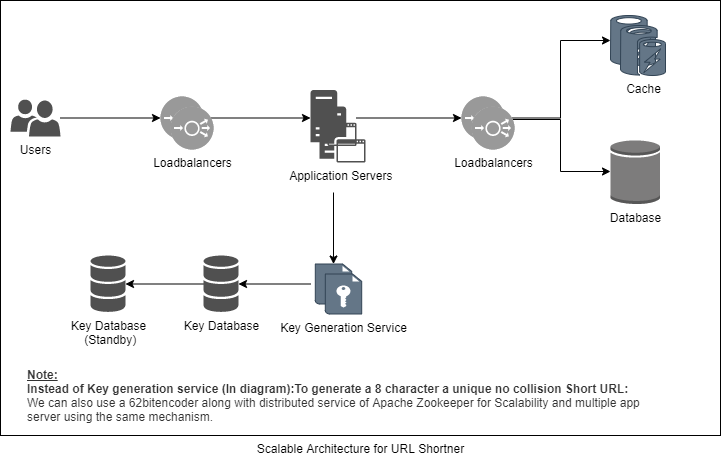
AmitVerma-Learn/URLShortner keeps this draw.io diagram as URLShortner.drawio.png. Above is the earlier version. Source tidied: cells renumbered, new cells last; positions are measured from the earlier drawing's top-left corner, leaving out a move shared by most shapes.
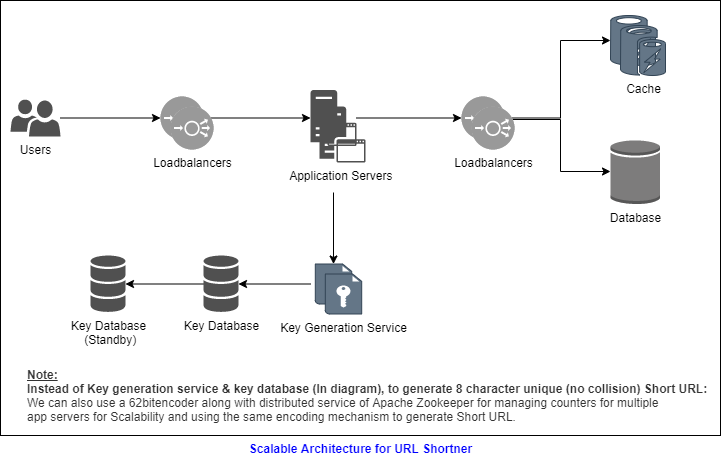
Later version of the same file.

What changed in the source:
```diff
@@ -2,7 +2,7 @@
   <root>
     <mxCell id="0" />
     <mxCell id="1" parent="0" />
-    <mxCell id="2" value="Scalable Architecture for URL Shortner" style="verticalLabelPosition=bottom;verticalAlign=top;html=1;shape=mxgraph.basic.rect;fillColor2=none;strokeWidth=1;size=20;indent=5;fillColor=#FFFFFF;" parent="1" vertex="1">
+    <mxCell id="2" value="&lt;b&gt;&lt;font color=&quot;#0000ff&quot;&gt;Scalable Architecture for URL Shortner&lt;/font&gt;&lt;/b&gt;" style="verticalLabelPosition=bottom;verticalAlign=top;html=1;shape=mxgraph.basic.rect;fillColor2=none;strokeWidth=1;size=20;indent=5;fillColor=#FFFFFF;" parent="1" vertex="1">
       <mxGeometry width="720" height="435" as="geometry" />
     </mxCell>
     <mxCell id="3" style="edgeStyle=orthogonalEdgeStyle;rounded=0;jettySize=auto;html=1;fontColor=#000000;" parent="1" edge="1" target="15">
@@ -86,8 +86,8 @@
     <mxCell id="24" value="Database" style="outlineConnect=0;dashed=0;verticalLabelPosition=bottom;verticalAlign=top;align=center;html=1;shape=mxgraph.aws3.generic_database;fillColor=#7D7C7C;gradientColor=none;fontColor=#000000;" parent="1" vertex="1">
       <mxGeometry x="610" y="139" width="49.5" height="64.5" as="geometry" />
     </mxCell>
-    <mxCell id="25" value="&lt;u&gt;Note:&lt;br&gt;&lt;/u&gt;Instead of Key generation service (In diagram):To generate a 8 character a unique no collision Short URL:&lt;br&gt;&lt;span style=&quot;font-weight: normal&quot;&gt;We can also use a &lt;a href=&quot;https://github.com/AmitVerma-Learn/URLShortner/blob/69f2c6c9e258f29d3935e3fcc4cc2e6ca5548eaa/Encoder62.py&quot;&gt;62bitencoder&lt;/a&gt; along with distributed service of Apache Zookeeper f&lt;/span&gt;&lt;span style=&quot;font-weight: normal&quot;&gt;or Scalability and multiple app &lt;br&gt;server using the same mechanism.&amp;nbsp;&lt;br&gt;&lt;/span&gt;" style="text;html=1;align=left;verticalAlign=middle;fillColor=none;strokeColor=none;rounded=0;fontColor=#333333;fontStyle=1;" parent="1" vertex="1">
-      <mxGeometry x="25" y="365" width="630" height="60" as="geometry" />
+    <mxCell id="25" value="&lt;u&gt;Note:&lt;br&gt;&lt;/u&gt;Instead of Key generation service &amp;amp; key database (In diagram), to generate 8 character unique (no collision) Short URL:&lt;br&gt;&lt;span style=&quot;font-weight: normal&quot;&gt;We can also use a &lt;a href=&quot;https://github.com/AmitVerma-Learn/URLShortner/blob/69f2c6c9e258f29d3935e3fcc4cc2e6ca5548eaa/Encoder62.py&quot;&gt;62bitencoder&lt;/a&gt; along with distributed service of Apache Zookeeper for managing counters for multiple &lt;br&gt;app servers f&lt;/span&gt;&lt;span style=&quot;font-weight: normal&quot;&gt;or Scalability and using the same encoding mechanism to generate Short URL.&amp;nbsp;&lt;br&gt;&lt;/span&gt;" style="text;html=1;align=left;verticalAlign=middle;fillColor=none;strokeColor=none;rounded=0;fontColor=#333333;fontStyle=1;" parent="1" vertex="1">
+      <mxGeometry x="25" y="365" width="700" height="60" as="geometry" />
     </mxCell>
   </root>
 </mxGraphModel>
```
